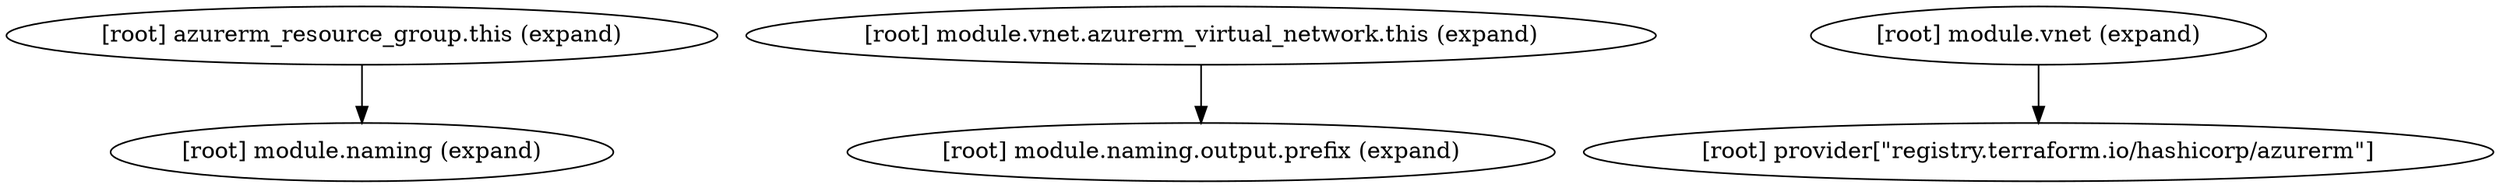
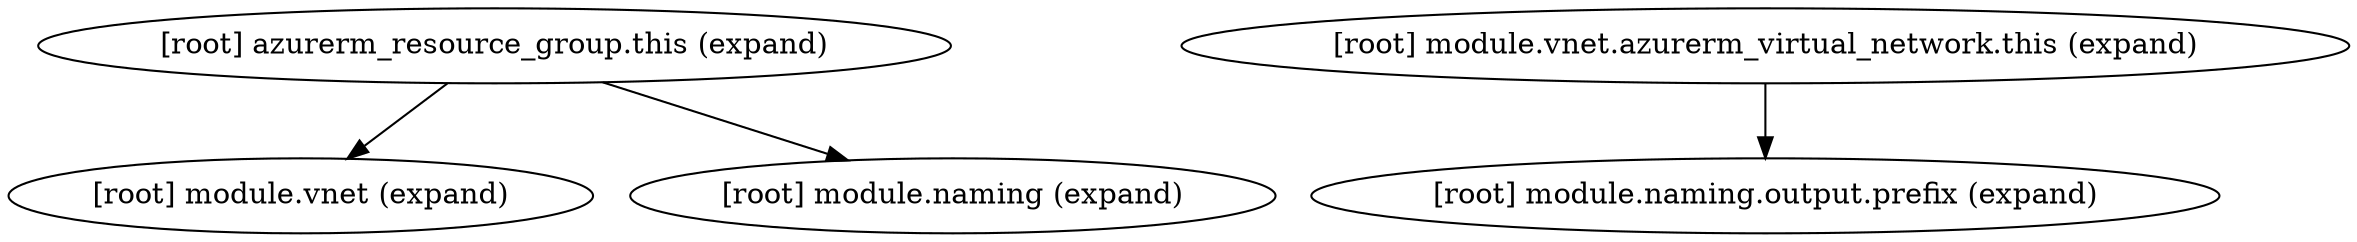
digraph {
	compound = "true"
	newrank = "true"
	subgraph "root" {
+ 		"[root] azurerm_resource_group.this (expand)" -> "[root] module.vnet (expand)"
		"[root] azurerm_resource_group.this (expand)" -> "[root] module.naming (expand)"
		"[root] module.vnet.azurerm_virtual_network.this (expand)" -> "[root] module.naming.output.prefix (expand)"
- 		"[root] module.vnet (expand)" -> "[root] provider[\"registry.terraform.io/hashicorp/azurerm\"]"
	}
}
